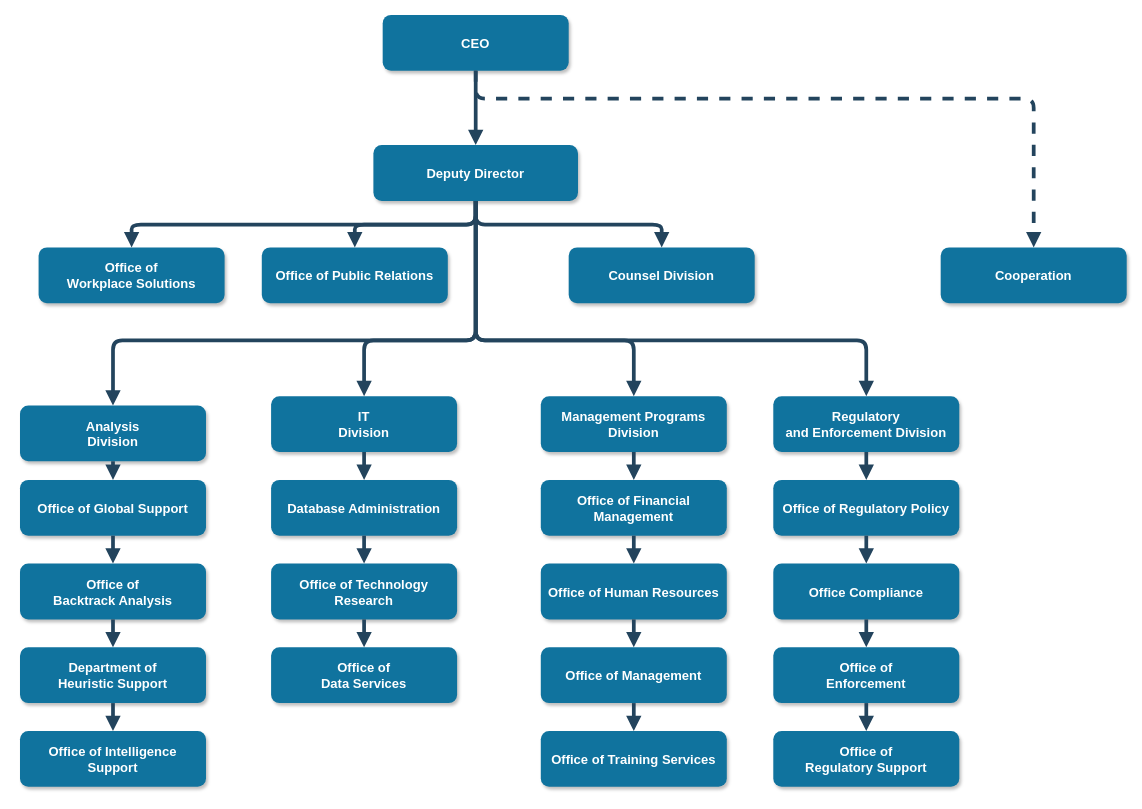
Before: Untitled Diagram.drawio in alexander-ds/diagramas, a draw.io diagram. Source tidied: cells renumbered, new cells numbered last; positions are measured from the earlier drawing's top-left corner, leaving out a move shared by most shapes. Both pictures are drawn from the tidied source at 93%, with x=0, y=0 at pixel (20, 15).
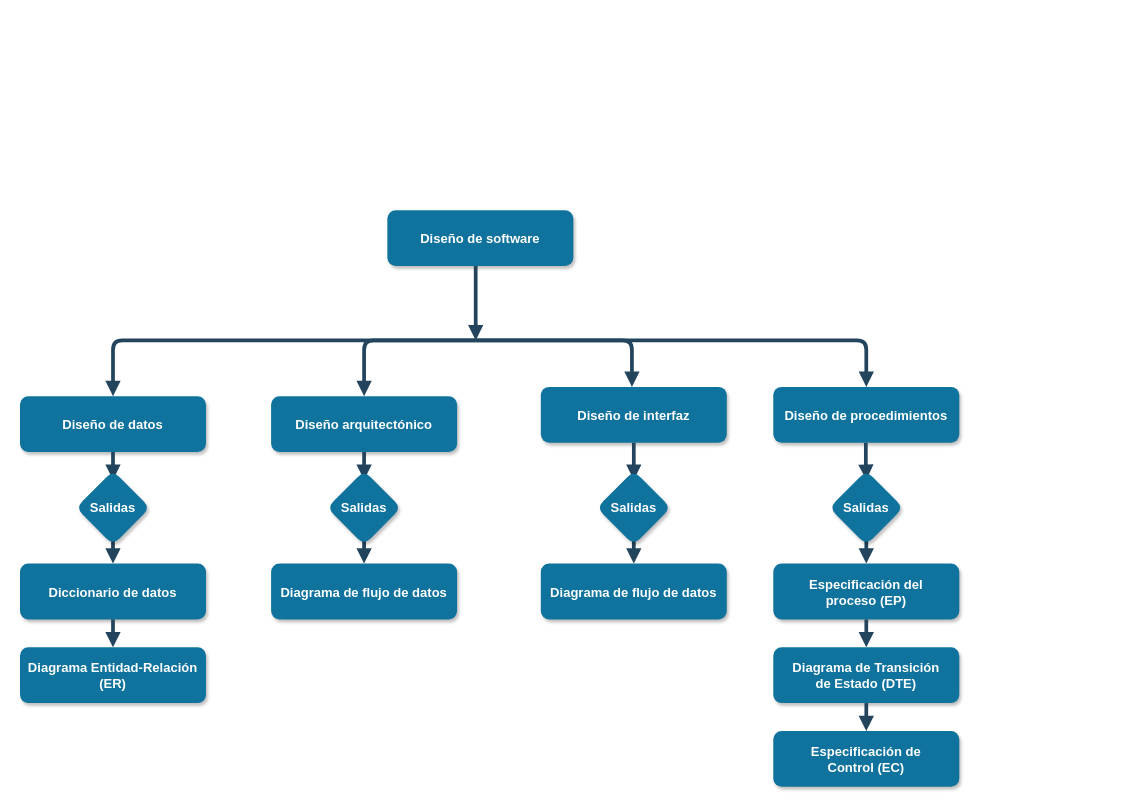
After the change.

What changed in the source:
```diff
@@
-    <mxCell id="2" value="CEO" style="rounded=1;fillColor=#10739E;strokeColor=none;shadow=1;gradientColor=none;fontStyle=1;fontColor=#FFFFFF;fontSize=14;" parent="1" vertex="1">
-      <mxGeometry x="390" y="-0.5" width="200" height="60" as="geometry" />
+    <mxCell id="2" value="Diseño de software" style="rounded=1;fillColor=#10739E;strokeColor=none;shadow=1;gradientColor=none;fontStyle=1;fontColor=#FFFFFF;fontSize=14;" parent="1" vertex="1">
+      <mxGeometry x="395" y="209.5" width="200" height="60" as="geometry" />
     </mxCell>
-    <mxCell id="3" value="Deputy Director" style="rounded=1;fillColor=#10739E;strokeColor=none;shadow=1;gradientColor=none;fontStyle=1;fontColor=#FFFFFF;fontSize=14;" parent="1" vertex="1">
-      <mxGeometry x="380" y="139.5" width="220" height="60" as="geometry" />
-    </mxCell>
-    <mxCell id="4" value="Office of &#10;Workplace Solutions" style="rounded=1;fillColor=#10739E;strokeColor=none;shadow=1;gradientColor=none;fontStyle=1;fontColor=#FFFFFF;fontSize=14;" parent="1" vertex="1">
-      <mxGeometry x="20" y="249.5" width="200" height="60" as="geometry" />
-    </mxCell>
-    <mxCell id="5" value="Office of Public Relations" style="rounded=1;fillColor=#10739E;strokeColor=none;shadow=1;gradientColor=none;fontStyle=1;fontColor=#FFFFFF;fontSize=14;" parent="1" vertex="1">
-      <mxGeometry x="260" y="249.5" width="200" height="60" as="geometry" />
-    </mxCell>
-    <mxCell id="6" value="Counsel Division" style="rounded=1;fillColor=#10739E;strokeColor=none;shadow=1;gradientColor=none;fontStyle=1;fontColor=#FFFFFF;fontSize=14;" parent="1" vertex="1">
-      <mxGeometry x="590" y="249.5" width="200" height="60" as="geometry" />
-    </mxCell>
-    <mxCell id="7" value="Cooperation" style="rounded=1;fillColor=#10739E;strokeColor=none;shadow=1;gradientColor=none;fontStyle=1;fontColor=#FFFFFF;fontSize=14;" parent="1" vertex="1">
-      <mxGeometry x="990" y="249.5" width="200" height="60" as="geometry" />
-    </mxCell>
-    <mxCell id="8" value="Analysis &#10;Division" style="rounded=1;fillColor=#10739E;strokeColor=none;shadow=1;gradientColor=none;fontStyle=1;fontColor=#FFFFFF;fontSize=14;" parent="1" vertex="1">
-      <mxGeometry y="419.5" width="200" height="60" as="geometry" />
+    <mxCell id="8" value="Diseño de datos" style="rounded=1;fillColor=#10739E;strokeColor=none;shadow=1;gradientColor=none;fontStyle=1;fontColor=#FFFFFF;fontSize=14;" parent="1" vertex="1">
+      <mxGeometry y="409.5" width="200" height="60" as="geometry" />
     </mxCell>
-    <mxCell id="9" value="Office of Global Support" style="rounded=1;fillColor=#10739E;strokeColor=none;shadow=1;gradientColor=none;fontStyle=1;fontColor=#FFFFFF;fontSize=14;" parent="1" vertex="1">
-      <mxGeometry y="499.5" width="200" height="60" as="geometry" />
-    </mxCell>
-    <mxCell id="10" value="Office of &#10;Backtrack Analysis" style="rounded=1;fillColor=#10739E;strokeColor=none;shadow=1;gradientColor=none;fontStyle=1;fontColor=#FFFFFF;fontSize=14;" parent="1" vertex="1">
+    <mxCell id="10" value="Diccionario de datos" style="rounded=1;fillColor=#10739E;strokeColor=none;shadow=1;gradientColor=none;fontStyle=1;fontColor=#FFFFFF;fontSize=14;" parent="1" vertex="1">
       <mxGeometry y="589.5" width="200" height="60" as="geometry" />
     </mxCell>
-    <mxCell id="11" value="Department of &#10;Heuristic Support" style="rounded=1;fillColor=#10739E;strokeColor=none;shadow=1;gradientColor=none;fontStyle=1;fontColor=#FFFFFF;fontSize=14;" parent="1" vertex="1">
+    <mxCell id="11" value="Diagrama Entidad-Relación&#10;(ER)" style="rounded=1;fillColor=#10739E;strokeColor=none;shadow=1;gradientColor=none;fontStyle=1;fontColor=#FFFFFF;fontSize=14;" parent="1" vertex="1">
       <mxGeometry y="679.5" width="200" height="60" as="geometry" />
     </mxCell>
-    <mxCell id="12" value="Office of Intelligence &#10;Support" style="rounded=1;fillColor=#10739E;strokeColor=none;shadow=1;gradientColor=none;fontStyle=1;fontColor=#FFFFFF;fontSize=14;" parent="1" vertex="1">
-      <mxGeometry y="769.5" width="200" height="60" as="geometry" />
-    </mxCell>
-    <mxCell id="13" value="IT&#10;Division" style="rounded=1;fillColor=#10739E;strokeColor=none;shadow=1;gradientColor=none;fontStyle=1;fontColor=#FFFFFF;fontSize=14;" parent="1" vertex="1">
+    <mxCell id="13" value="Diseño arquitectónico" style="rounded=1;fillColor=#10739E;strokeColor=none;shadow=1;gradientColor=none;fontStyle=1;fontColor=#FFFFFF;fontSize=14;" parent="1" vertex="1">
       <mxGeometry x="270" y="409.5" width="200" height="60" as="geometry" />
     </mxCell>
-    <mxCell id="14" value="Database Administration" style="rounded=1;fillColor=#10739E;strokeColor=none;shadow=1;gradientColor=none;fontStyle=1;fontColor=#FFFFFF;fontSize=14;" parent="1" vertex="1">
-      <mxGeometry x="270" y="499.5" width="200" height="60" as="geometry" />
-    </mxCell>
-    <mxCell id="15" value="Office of Technology &#10;Research" style="rounded=1;fillColor=#10739E;strokeColor=none;shadow=1;gradientColor=none;fontStyle=1;fontColor=#FFFFFF;fontSize=14;" parent="1" vertex="1">
+    <mxCell id="15" value="Diagrama de flujo de datos" style="rounded=1;fillColor=#10739E;strokeColor=none;shadow=1;gradientColor=none;fontStyle=1;fontColor=#FFFFFF;fontSize=14;" parent="1" vertex="1">
       <mxGeometry x="270" y="589.5" width="200" height="60" as="geometry" />
     </mxCell>
-    <mxCell id="16" value="Office of&#10;Data Services" style="rounded=1;fillColor=#10739E;strokeColor=none;shadow=1;gradientColor=none;fontStyle=1;fontColor=#FFFFFF;fontSize=14;" parent="1" vertex="1">
-      <mxGeometry x="270" y="679.5" width="200" height="60" as="geometry" />
-    </mxCell>
-    <mxCell id="17" value="Management Programs &#10;Division" style="rounded=1;fillColor=#10739E;strokeColor=none;shadow=1;gradientColor=none;fontStyle=1;fontColor=#FFFFFF;fontSize=14;" parent="1" vertex="1">
-      <mxGeometry x="560" y="409.5" width="200" height="60" as="geometry" />
+    <mxCell id="17" value="Diseño de interfaz" style="rounded=1;fillColor=#10739E;strokeColor=none;shadow=1;gradientColor=none;fontStyle=1;fontColor=#FFFFFF;fontSize=14;" parent="1" vertex="1">
+      <mxGeometry x="560" y="399.5" width="200" height="60" as="geometry" />
     </mxCell>
-    <mxCell id="18" value="Office of Financial &#10;Management" style="rounded=1;fillColor=#10739E;strokeColor=none;shadow=1;gradientColor=none;fontStyle=1;fontColor=#FFFFFF;fontSize=14;" parent="1" vertex="1">
-      <mxGeometry x="560" y="499.5" width="200" height="60" as="geometry" />
-    </mxCell>
-    <mxCell id="19" value="Office of Human Resources" style="rounded=1;fillColor=#10739E;strokeColor=none;shadow=1;gradientColor=none;fontStyle=1;fontColor=#FFFFFF;fontSize=14;" parent="1" vertex="1">
-      <mxGeometry x="560" y="589.5" width="200" height="60" as="geometry" />
-    </mxCell>
-    <mxCell id="20" value="Office of Management " style="rounded=1;fillColor=#10739E;strokeColor=none;shadow=1;gradientColor=none;fontStyle=1;fontColor=#FFFFFF;fontSize=14;" parent="1" vertex="1">
-      <mxGeometry x="560" y="679.5" width="200" height="60" as="geometry" />
-    </mxCell>
-    <mxCell id="21" value="Office of Training Services" style="rounded=1;fillColor=#10739E;strokeColor=none;shadow=1;gradientColor=none;fontStyle=1;fontColor=#FFFFFF;fontSize=14;" parent="1" vertex="1">
-      <mxGeometry x="560" y="769.5" width="200" height="60" as="geometry" />
-    </mxCell>
-    <mxCell id="22" value="Regulatory &#10;and Enforcement Division" style="rounded=1;fillColor=#10739E;strokeColor=none;shadow=1;gradientColor=none;fontStyle=1;fontColor=#FFFFFF;fontSize=14;" parent="1" vertex="1">
-      <mxGeometry x="810" y="409.5" width="200" height="60" as="geometry" />
+    <mxCell id="22" value="Diseño de procedimientos" style="rounded=1;fillColor=#10739E;strokeColor=none;shadow=1;gradientColor=none;fontStyle=1;fontColor=#FFFFFF;fontSize=14;" parent="1" vertex="1">
+      <mxGeometry x="810" y="399.5" width="200" height="60" as="geometry" />
     </mxCell>
-    <mxCell id="23" value="Office of Regulatory Policy" style="rounded=1;fillColor=#10739E;strokeColor=none;shadow=1;gradientColor=none;fontStyle=1;fontColor=#FFFFFF;fontSize=14;" parent="1" vertex="1">
-      <mxGeometry x="810" y="499.5" width="200" height="60" as="geometry" />
-    </mxCell>
-    <mxCell id="24" value="Office Compliance" style="rounded=1;fillColor=#10739E;strokeColor=none;shadow=1;gradientColor=none;fontStyle=1;fontColor=#FFFFFF;fontSize=14;" parent="1" vertex="1">
+    <mxCell id="24" value="Especificación del &#10;proceso (EP)" style="rounded=1;fillColor=#10739E;strokeColor=none;shadow=1;gradientColor=none;fontStyle=1;fontColor=#FFFFFF;fontSize=14;" parent="1" vertex="1">
       <mxGeometry x="810" y="589.5" width="200" height="60" as="geometry" />
     </mxCell>
-    <mxCell id="25" value="Office of &#10;Enforcement" style="rounded=1;fillColor=#10739E;strokeColor=none;shadow=1;gradientColor=none;fontStyle=1;fontColor=#FFFFFF;fontSize=14;" parent="1" vertex="1">
+    <mxCell id="25" value="Diagrama de Transición &#10;de Estado (DTE)" style="rounded=1;fillColor=#10739E;strokeColor=none;shadow=1;gradientColor=none;fontStyle=1;fontColor=#FFFFFF;fontSize=14;" parent="1" vertex="1">
       <mxGeometry x="810" y="679.5" width="200" height="60" as="geometry" />
     </mxCell>
-    <mxCell id="26" value="Office of&#10; Regulatory Support" style="rounded=1;fillColor=#10739E;strokeColor=none;shadow=1;gradientColor=none;fontStyle=1;fontColor=#FFFFFF;fontSize=14;" parent="1" vertex="1">
+    <mxCell id="26" value="Especificación de &#10;Control (EC)" style="rounded=1;fillColor=#10739E;strokeColor=none;shadow=1;gradientColor=none;fontStyle=1;fontColor=#FFFFFF;fontSize=14;" parent="1" vertex="1">
       <mxGeometry x="810" y="769.5" width="200" height="60" as="geometry" />
     </mxCell>
-    <mxCell id="27" style="edgeStyle=elbowEdgeStyle;elbow=vertical;strokeWidth=4;endArrow=block;endFill=1;fontStyle=1;strokeColor=#23445D;" parent="1" edge="1" source="2" target="3">
-      <mxGeometry x="22" y="165.5" as="geometry" />
+    <mxCell id="27" style="edgeStyle=elbowEdgeStyle;elbow=vertical;strokeWidth=4;endArrow=block;endFill=1;fontStyle=1;strokeColor=#23445D;" parent="1" edge="1">
+      <mxGeometry x="22" y="165.5" as="geometry">
+        <mxPoint x="490" y="269.5" as="sourcePoint" />
+        <mxPoint x="490" y="349.5" as="targetPoint" />
+      </mxGeometry>
     </mxCell>
-    <mxCell id="28" style="edgeStyle=elbowEdgeStyle;elbow=vertical;strokeWidth=4;endArrow=block;endFill=1;fontStyle=1;strokeColor=#23445D;" parent="1" edge="1" source="3" target="5">
-      <mxGeometry x="22" y="165.5" as="geometry" />
-    </mxCell>
-    <mxCell id="29" style="edgeStyle=elbowEdgeStyle;elbow=vertical;strokeWidth=4;endArrow=block;endFill=1;fontStyle=1;strokeColor=#23445D;" parent="1" edge="1" source="3" target="4">
-      <mxGeometry x="22" y="165.5" as="geometry" />
-    </mxCell>
-    <mxCell id="30" style="edgeStyle=elbowEdgeStyle;elbow=vertical;strokeWidth=4;endArrow=block;endFill=1;fontStyle=1;strokeColor=#23445D;" parent="1" edge="1" source="3" target="6">
-      <mxGeometry x="22" y="165.5" as="geometry" />
-    </mxCell>
-    <mxCell id="31" style="edgeStyle=elbowEdgeStyle;elbow=vertical;strokeWidth=4;endArrow=block;endFill=1;fontStyle=1;dashed=1;strokeColor=#23445D;" parent="1" edge="1" source="2" target="7">
-      <mxGeometry x="22" y="165.5" as="geometry">
-        <Array as="points">
-          <mxPoint x="780" y="89.5" />
-        </Array>
-      </mxGeometry>
-    </mxCell>
-    <mxCell id="32" style="edgeStyle=elbowEdgeStyle;elbow=vertical;strokeWidth=4;endArrow=block;endFill=1;fontStyle=1;strokeColor=#23445D;" parent="1" edge="1" source="3" target="8">
+    <mxCell id="32" style="edgeStyle=elbowEdgeStyle;elbow=vertical;strokeWidth=4;endArrow=block;endFill=1;fontStyle=1;strokeColor=#23445D;entryX=0.5;entryY=0;entryDx=0;entryDy=0;" parent="1" edge="1" target="8">
       <mxGeometry x="22" y="165.5" as="geometry">
+        <mxPoint x="490" y="349.5" as="sourcePoint" />
         <Array as="points">
-          <mxPoint x="270" y="349.5" />
+          <mxPoint x="318" y="349.5" />
         </Array>
       </mxGeometry>
     </mxCell>
-    <mxCell id="33" style="edgeStyle=elbowEdgeStyle;elbow=vertical;strokeWidth=4;endArrow=block;endFill=1;fontStyle=1;strokeColor=#23445D;" parent="1" edge="1" source="3" target="22">
+    <mxCell id="33" style="edgeStyle=elbowEdgeStyle;elbow=vertical;strokeWidth=4;endArrow=block;endFill=1;fontStyle=1;strokeColor=#23445D;" parent="1" edge="1">
       <mxGeometry x="22" y="165.5" as="geometry">
+        <mxPoint x="490" y="349.5" as="sourcePoint" />
+        <mxPoint x="910" y="399.5" as="targetPoint" />
         <Array as="points">
-          <mxPoint x="690" y="349.5" />
+          <mxPoint x="698" y="349.5" />
         </Array>
       </mxGeometry>
     </mxCell>
-    <mxCell id="34" style="edgeStyle=elbowEdgeStyle;elbow=vertical;strokeWidth=4;endArrow=block;endFill=1;fontStyle=1;strokeColor=#23445D;" parent="1" edge="1" source="8" target="9">
-      <mxGeometry x="62" y="165.5" as="geometry" />
+    <mxCell id="34" style="edgeStyle=elbowEdgeStyle;elbow=vertical;strokeWidth=4;endArrow=block;endFill=1;fontStyle=1;strokeColor=#23445D;exitX=0.5;exitY=1;exitDx=0;exitDy=0;" parent="1" edge="1" source="8">
+      <mxGeometry x="62" as="geometry">
+        <mxPoint x="100" y="499.5" as="targetPoint" />
+      </mxGeometry>
     </mxCell>
-    <mxCell id="35" style="edgeStyle=elbowEdgeStyle;elbow=vertical;strokeWidth=4;endArrow=block;endFill=1;fontStyle=1;strokeColor=#23445D;" parent="1" edge="1" source="9" target="10">
-      <mxGeometry x="62" y="175.5" as="geometry" />
+    <mxCell id="35" style="edgeStyle=elbowEdgeStyle;elbow=vertical;strokeWidth=4;endArrow=block;endFill=1;fontStyle=1;strokeColor=#23445D;" parent="1" edge="1">
+      <mxGeometry x="62" y="10" as="geometry">
+        <mxPoint x="100" y="559.5" as="sourcePoint" />
+        <mxPoint x="100" y="589.5" as="targetPoint" />
+      </mxGeometry>
     </mxCell>
-    <mxCell id="36" style="edgeStyle=elbowEdgeStyle;elbow=vertical;strokeWidth=4;endArrow=block;endFill=1;fontStyle=1;strokeColor=#23445D;" parent="1" edge="1" source="10" target="11">
-      <mxGeometry x="62" y="185.5" as="geometry" />
+    <mxCell id="36" style="edgeStyle=elbowEdgeStyle;elbow=vertical;strokeWidth=4;endArrow=block;endFill=1;fontStyle=1;strokeColor=#23445D;" parent="1" edge="1">
+      <mxGeometry x="62" y="20" as="geometry">
+        <mxPoint x="100" y="649.5" as="sourcePoint" />
+        <mxPoint x="100" y="679.5" as="targetPoint" />
+      </mxGeometry>
     </mxCell>
-    <mxCell id="37" style="edgeStyle=elbowEdgeStyle;elbow=vertical;strokeWidth=4;endArrow=block;endFill=1;fontStyle=1;strokeColor=#23445D;" parent="1" edge="1" source="11" target="12">
-      <mxGeometry x="62" y="195.5" as="geometry" />
-    </mxCell>
-    <mxCell id="38" style="edgeStyle=elbowEdgeStyle;elbow=vertical;strokeWidth=4;endArrow=block;endFill=1;fontStyle=1;strokeColor=#23445D;" parent="1" edge="1" source="13" target="14">
-      <mxGeometry x="62" y="165.5" as="geometry" />
+    <mxCell id="38" style="edgeStyle=elbowEdgeStyle;elbow=vertical;strokeWidth=4;endArrow=block;endFill=1;fontStyle=1;strokeColor=#23445D;" parent="1" edge="1" source="13">
+      <mxGeometry x="62" as="geometry">
+        <mxPoint x="370" y="499.5" as="targetPoint" />
+      </mxGeometry>
     </mxCell>
-    <mxCell id="39" style="edgeStyle=elbowEdgeStyle;elbow=vertical;strokeWidth=4;endArrow=block;endFill=1;fontStyle=1;strokeColor=#23445D;" parent="1" edge="1" source="14" target="15">
-      <mxGeometry x="62" y="175.5" as="geometry" />
+    <mxCell id="39" style="edgeStyle=elbowEdgeStyle;elbow=vertical;strokeWidth=4;endArrow=block;endFill=1;fontStyle=1;strokeColor=#23445D;" parent="1" edge="1" target="15">
+      <mxGeometry x="62" y="10" as="geometry">
+        <mxPoint x="370" y="559.5" as="sourcePoint" />
+      </mxGeometry>
     </mxCell>
-    <mxCell id="40" style="edgeStyle=elbowEdgeStyle;elbow=vertical;strokeWidth=4;endArrow=block;endFill=1;fontStyle=1;strokeColor=#23445D;" parent="1" edge="1" source="15" target="16">
-      <mxGeometry x="62" y="185.5" as="geometry" />
-    </mxCell>
-    <mxCell id="41" style="edgeStyle=elbowEdgeStyle;elbow=vertical;strokeWidth=4;endArrow=block;endFill=1;fontStyle=1;strokeColor=#23445D;" parent="1" edge="1" source="17" target="18">
-      <mxGeometry x="72" y="165.5" as="geometry" />
+    <mxCell id="41" style="edgeStyle=elbowEdgeStyle;elbow=vertical;strokeWidth=4;endArrow=block;endFill=1;fontStyle=1;strokeColor=#23445D;" parent="1" edge="1" source="17">
+      <mxGeometry x="72" as="geometry">
+        <mxPoint x="660" y="499.5" as="targetPoint" />
+      </mxGeometry>
     </mxCell>
-    <mxCell id="42" style="edgeStyle=elbowEdgeStyle;elbow=vertical;strokeWidth=4;endArrow=block;endFill=1;fontStyle=1;strokeColor=#23445D;" parent="1" edge="1" source="18" target="19">
-      <mxGeometry x="72" y="175.5" as="geometry" />
+    <mxCell id="42" style="edgeStyle=elbowEdgeStyle;elbow=vertical;strokeWidth=4;endArrow=block;endFill=1;fontStyle=1;strokeColor=#23445D;" parent="1" edge="1">
+      <mxGeometry x="72" y="10" as="geometry">
+        <mxPoint x="660" y="559.5" as="sourcePoint" />
+        <mxPoint x="660" y="589.5" as="targetPoint" />
+      </mxGeometry>
     </mxCell>
-    <mxCell id="43" style="edgeStyle=elbowEdgeStyle;elbow=vertical;strokeWidth=4;endArrow=block;endFill=1;fontStyle=1;strokeColor=#23445D;" parent="1" edge="1" source="19" target="20">
-      <mxGeometry x="72" y="185.5" as="geometry" />
-    </mxCell>
-    <mxCell id="44" style="edgeStyle=elbowEdgeStyle;elbow=vertical;strokeWidth=4;endArrow=block;endFill=1;fontStyle=1;strokeColor=#23445D;" parent="1" edge="1" source="20" target="21">
-      <mxGeometry x="72" y="195.5" as="geometry" />
-    </mxCell>
-    <mxCell id="45" style="edgeStyle=elbowEdgeStyle;elbow=vertical;strokeWidth=4;endArrow=block;endFill=1;fontStyle=1;strokeColor=#23445D;" parent="1" edge="1" source="22" target="23">
-      <mxGeometry x="72" y="165.5" as="geometry" />
+    <mxCell id="45" style="edgeStyle=elbowEdgeStyle;elbow=vertical;strokeWidth=4;endArrow=block;endFill=1;fontStyle=1;strokeColor=#23445D;" parent="1" edge="1">
+      <mxGeometry x="71.5" y="-10" as="geometry">
+        <mxPoint x="909.5" y="459.5" as="sourcePoint" />
+        <mxPoint x="910" y="499.5" as="targetPoint" />
+      </mxGeometry>
     </mxCell>
-    <mxCell id="46" style="edgeStyle=elbowEdgeStyle;elbow=vertical;strokeWidth=4;endArrow=block;endFill=1;fontStyle=1;strokeColor=#23445D;" parent="1" edge="1" source="23" target="24">
-      <mxGeometry x="72" y="175.5" as="geometry" />
+    <mxCell id="46" style="edgeStyle=elbowEdgeStyle;elbow=vertical;strokeWidth=4;endArrow=block;endFill=1;fontStyle=1;strokeColor=#23445D;" parent="1" edge="1">
+      <mxGeometry x="72" y="10" as="geometry">
+        <mxPoint x="910" y="559.5" as="sourcePoint" />
+        <mxPoint x="910" y="589.5" as="targetPoint" />
+      </mxGeometry>
     </mxCell>
-    <mxCell id="47" style="edgeStyle=elbowEdgeStyle;elbow=vertical;strokeWidth=4;endArrow=block;endFill=1;fontStyle=1;strokeColor=#23445D;" parent="1" edge="1" source="24" target="25">
-      <mxGeometry x="72" y="185.5" as="geometry" />
+    <mxCell id="47" style="edgeStyle=elbowEdgeStyle;elbow=vertical;strokeWidth=4;endArrow=block;endFill=1;fontStyle=1;strokeColor=#23445D;" parent="1" edge="1">
+      <mxGeometry x="72" y="20" as="geometry">
+        <mxPoint x="910" y="649.5" as="sourcePoint" />
+        <mxPoint x="910" y="679.5" as="targetPoint" />
+      </mxGeometry>
     </mxCell>
-    <mxCell id="48" style="edgeStyle=elbowEdgeStyle;elbow=vertical;strokeWidth=4;endArrow=block;endFill=1;fontStyle=1;strokeColor=#23445D;" parent="1" edge="1" source="25" target="26">
-      <mxGeometry x="72" y="195.5" as="geometry" />
+    <mxCell id="48" style="edgeStyle=elbowEdgeStyle;elbow=vertical;strokeWidth=4;endArrow=block;endFill=1;fontStyle=1;strokeColor=#23445D;" parent="1" edge="1">
+      <mxGeometry x="72" y="30" as="geometry">
+        <mxPoint x="910" y="739.5" as="sourcePoint" />
+        <mxPoint x="910" y="769.5" as="targetPoint" />
+      </mxGeometry>
     </mxCell>
-    <mxCell id="49" style="edgeStyle=elbowEdgeStyle;elbow=vertical;strokeWidth=4;endArrow=block;endFill=1;fontStyle=1;strokeColor=#23445D;" parent="1" edge="1" source="3" target="13">
+    <mxCell id="49" style="edgeStyle=elbowEdgeStyle;elbow=vertical;strokeWidth=4;endArrow=block;endFill=1;fontStyle=1;strokeColor=#23445D;entryX=0.5;entryY=0;entryDx=0;entryDy=0;" parent="1" edge="1" target="13">
       <mxGeometry x="22" y="165.5" as="geometry">
+        <mxPoint x="490" y="349.5" as="sourcePoint" />
         <Array as="points">
-          <mxPoint x="370" y="349.5" />
+          <mxPoint x="438" y="349.5" />
         </Array>
       </mxGeometry>
     </mxCell>
-    <mxCell id="50" style="edgeStyle=elbowEdgeStyle;elbow=vertical;strokeWidth=4;endArrow=block;endFill=1;fontStyle=1;strokeColor=#23445D;" parent="1" edge="1" source="3" target="17">
+    <mxCell id="50" style="edgeStyle=elbowEdgeStyle;elbow=vertical;strokeWidth=4;endArrow=block;endFill=1;fontStyle=1;strokeColor=#23445D;" parent="1" edge="1">
       <mxGeometry x="22" y="165.5" as="geometry">
+        <mxPoint x="490" y="349.5" as="sourcePoint" />
+        <mxPoint x="658" y="399.5" as="targetPoint" />
         <Array as="points">
-          <mxPoint x="660" y="349.5" />
+          <mxPoint x="618" y="349.5" />
         </Array>
       </mxGeometry>
     </mxCell>
+    <mxCell id="51" value="Salidas" style="rhombus;whiteSpace=wrap;html=1;rounded=1;shadow=1;fontSize=14;fontColor=#FFFFFF;fontStyle=1;strokeColor=none;fillColor=#10739E;" parent="1" vertex="1">
+      <mxGeometry x="60" y="489.5" width="80" height="80" as="geometry" />
+    </mxCell>
+    <mxCell id="52" value="Salidas" style="rhombus;whiteSpace=wrap;html=1;rounded=1;shadow=1;fontSize=14;fontColor=#FFFFFF;fontStyle=1;strokeColor=none;fillColor=#10739E;" parent="1" vertex="1">
+      <mxGeometry x="330" y="489.5" width="80" height="80" as="geometry" />
+    </mxCell>
+    <mxCell id="53" value="Salidas" style="rhombus;whiteSpace=wrap;html=1;rounded=1;shadow=1;fontSize=14;fontColor=#FFFFFF;fontStyle=1;strokeColor=none;fillColor=#10739E;" parent="1" vertex="1">
+      <mxGeometry x="620" y="489.5" width="80" height="80" as="geometry" />
+    </mxCell>
+    <mxCell id="54" value="Salidas" style="rhombus;whiteSpace=wrap;html=1;rounded=1;shadow=1;fontSize=14;fontColor=#FFFFFF;fontStyle=1;strokeColor=none;fillColor=#10739E;" parent="1" vertex="1">
+      <mxGeometry x="870" y="489.5" width="80" height="80" as="geometry" />
+    </mxCell>
+    <mxCell id="55" value="Diagrama de flujo de datos" style="rounded=1;fillColor=#10739E;strokeColor=none;shadow=1;gradientColor=none;fontStyle=1;fontColor=#FFFFFF;fontSize=14;" parent="1" vertex="1">
+      <mxGeometry x="560" y="589.5" width="200" height="60" as="geometry" />
+    </mxCell>
```
